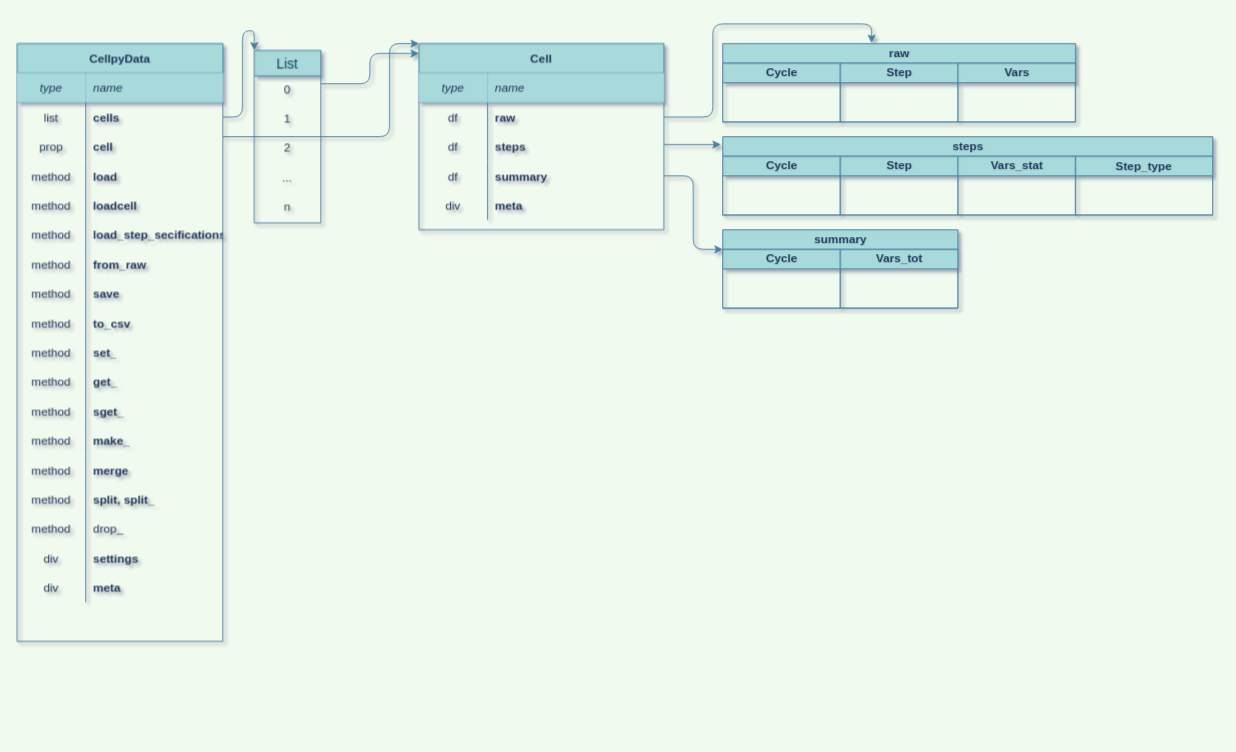
This is cellpy_utils/cellpy-cellpydata-structure.drawio from jepegit/cellpy_utilities, a draw.io file, before an edit. Source tidied: cells renumbered, new cells numbered last; positions are measured from the earlier drawing's top-left corner, leaving out a move shared by most shapes. Both pictures are drawn from the tidied source at 98%, with x=0, y=0 at pixel (17, 24).
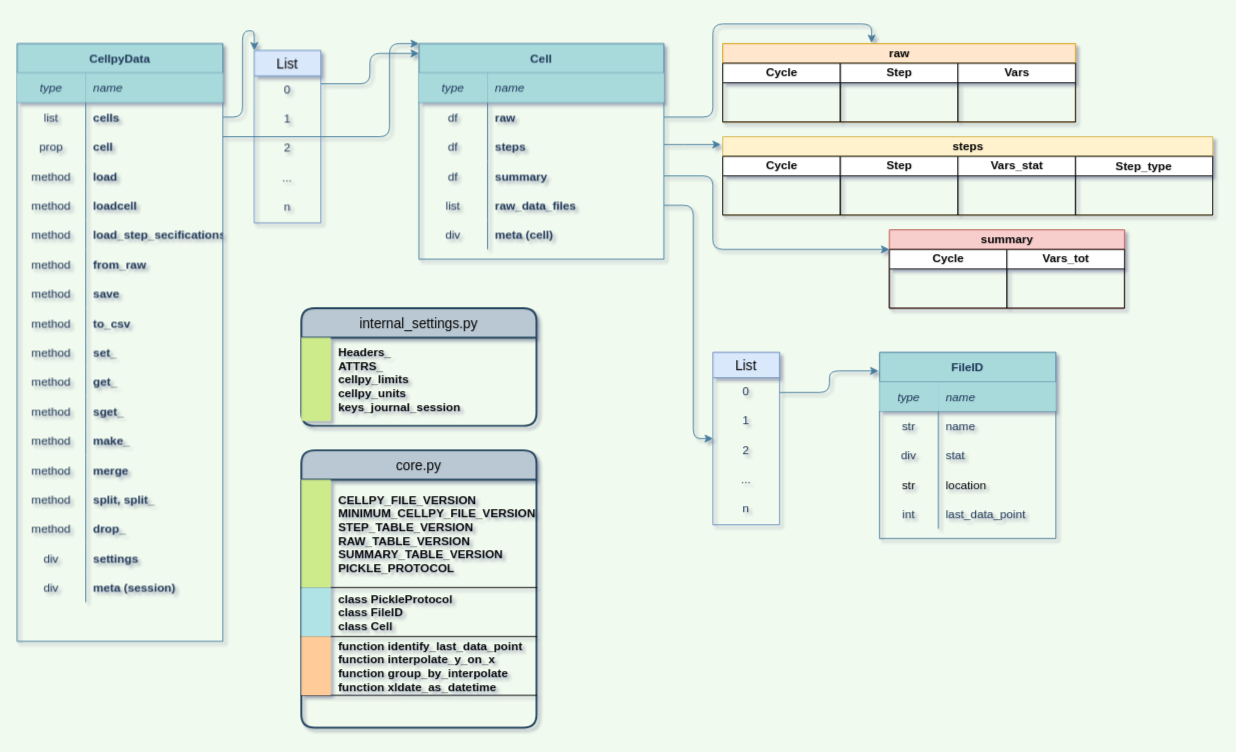
Above is the later version.

The change refers to these unchanged cells:
```xml
<mxCell id="48" style="shape=partialRectangle;fillColor=none;top=0;left=0;bottom=0;right=0;strokeColor=#457B9D;fontColor=#1D3557;" parent="2" vertex="1">
  <mxGeometry y="480" width="210" height="30" as="geometry" />
</mxCell>
<mxCell id="54" style="shape=partialRectangle;fillColor=none;top=0;left=0;bottom=0;right=0;align=center;strokeColor=#457B9D;fontColor=#1D3557;" parent="2" vertex="1">
  <mxGeometry y="540" width="210" height="30" as="geometry" />
</mxCell>
<mxCell id="62" style="shape=partialRectangle;fillColor=none;top=0;left=0;bottom=0;right=0;points=[[0,0.5],[1,0.5]];portConstraint=eastwest;strokeColor=#457B9D;fontColor=#1D3557;" parent="58" vertex="1">
  <mxGeometry y="60" width="250" height="30" as="geometry" />
</mxCell>
<mxCell id="65" style="shape=partialRectangle;fillColor=none;top=0;left=0;bottom=0;right=0;points=[[0,0.5],[1,0.5]];portConstraint=eastwest;strokeColor=#457B9D;fontColor=#1D3557;" parent="58" vertex="1">
  <mxGeometry y="90" width="250" height="30" as="geometry" />
</mxCell>
<mxCell id="68" style="shape=partialRectangle;fillColor=none;top=0;left=0;bottom=0;right=0;points=[[0,0.5],[1,0.5]];portConstraint=eastwest;strokeColor=#457B9D;fontColor=#1D3557;" parent="58" vertex="1">
  <mxGeometry y="120" width="250" height="30" as="geometry" />
</mxCell>
<mxCell id="71" style="shape=partialRectangle;fillColor=none;top=0;left=0;bottom=0;right=0;points=[[0,0.5],[1,0.5]];portConstraint=eastwest;fontSize=12;align=center;strokeColor=#457B9D;fontColor=#1D3557;" parent="58" vertex="1">
  <mxGeometry y="150" width="250" height="30" as="geometry" />
</mxCell>
```

The edit, as a diff of the source:
```diff
@@
-    <mxCell id="50" value="drop_" style="shape=partialRectangle;fillColor=none;top=0;left=0;bottom=0;right=0;align=left;spacingLeft=6;fontStyle=0;overflow=hidden;strokeColor=#457B9D;fontColor=#1D3557;" parent="48" vertex="1">
+    <mxCell id="50" value="drop_" style="shape=partialRectangle;fillColor=none;top=0;left=0;bottom=0;right=0;align=left;spacingLeft=6;fontStyle=1;overflow=hidden;strokeColor=#457B9D;fontColor=#1D3557;" parent="48" vertex="1">
       <mxGeometry x="70" width="140" height="30" as="geometry" />
     </mxCell>
@@
-    <mxCell id="56" value="meta" style="shape=partialRectangle;fillColor=none;top=0;left=0;bottom=0;right=0;align=left;spacingLeft=6;fontStyle=1;overflow=hidden;strokeColor=#457B9D;fontColor=#1D3557;" parent="54" vertex="1">
+    <mxCell id="56" value="meta (session)" style="shape=partialRectangle;fillColor=none;top=0;left=0;bottom=0;right=0;align=left;spacingLeft=6;fontStyle=1;overflow=hidden;strokeColor=#457B9D;fontColor=#1D3557;" parent="54" vertex="1">
       <mxGeometry x="70" width="140" height="30" as="geometry" />
     </mxCell>
     <mxCell id="57" style="group;fontColor=#1D3557;" parent="1" vertex="1">
-      <mxGeometry x="410" y="20" width="250" height="190" as="geometry" />
+      <mxGeometry x="410" y="20" width="250" height="340" as="geometry" />
     </mxCell>
     <mxCell id="58" value="Cell" style="shape=table;startSize=30;childLayout=tableLayout;rowLines=0;fontStyle=1;align=center;fillColor=#A8DADC;strokeColor=#457B9D;fontColor=#1D3557;" parent="57" vertex="1">
-      <mxGeometry width="250" height="190" as="geometry" />
+      <mxGeometry width="250" height="220" as="geometry" />
     </mxCell>
@@
-    <mxCell id="72" value="div" style="shape=partialRectangle;fillColor=none;top=0;left=0;bottom=0;right=0;fontStyle=0;overflow=hidden;strokeColor=#457B9D;fontColor=#1D3557;" parent="71" vertex="1">
+    <mxCell id="72" value="list" style="shape=partialRectangle;fillColor=none;top=0;left=0;bottom=0;right=0;fontStyle=0;overflow=hidden;strokeColor=#457B9D;fontColor=#1D3557;" parent="71" vertex="1">
       <mxGeometry width="70" height="30" as="geometry" />
     </mxCell>
-    <mxCell id="73" value="meta" style="shape=partialRectangle;fillColor=none;top=0;left=0;bottom=0;right=0;align=left;spacingLeft=6;fontStyle=1;overflow=hidden;strokeColor=#457B9D;fontColor=#1D3557;" parent="71" vertex="1">
+    <mxCell id="73" value="raw_data_files" style="shape=partialRectangle;fillColor=none;top=0;left=0;bottom=0;right=0;align=left;spacingLeft=6;fontStyle=1;overflow=hidden;strokeColor=#457B9D;fontColor=#1D3557;" parent="71" vertex="1">
       <mxGeometry x="70" width="180" height="30" as="geometry" />
     </mxCell>
+    <mxCell id="98" style="shape=partialRectangle;fillColor=none;top=0;left=0;bottom=0;right=0;strokeColor=#457B9D;fontColor=#1D3557;" parent="58" vertex="1">
+      <mxGeometry y="180" width="250" height="30" as="geometry" />
+    </mxCell>
+    <mxCell id="99" value="div" style="shape=partialRectangle;fillColor=none;top=0;left=0;bottom=0;right=0;fontStyle=0;overflow=hidden;strokeColor=#457B9D;fontColor=#1D3557;" parent="98" vertex="1">
+      <mxGeometry width="70" height="30" as="geometry" />
+    </mxCell>
+    <mxCell id="100" value="meta (cell)" style="shape=partialRectangle;fillColor=none;top=0;left=0;bottom=0;right=0;align=left;spacingLeft=6;fontStyle=1;overflow=hidden;strokeColor=#457B9D;fontColor=#1D3557;" parent="98" vertex="1">
+      <mxGeometry x="70" width="180" height="30" as="geometry" />
+    </mxCell>
-    <mxCell id="74" value="List" style="swimlane;fontStyle=0;horizontal=1;startSize=26;align=center;fontSize=14;strokeColor=#457B9D;fillColor=#A8DADC;fontColor=#1D3557;" parent="1" vertex="1">
+    <mxCell id="74" value="List" style="swimlane;fontStyle=0;horizontal=1;startSize=26;align=center;fontSize=14;strokeColor=#6c8ebf;fillColor=#dae8fc;" parent="1" vertex="1">
       <mxGeometry x="242" y="27" width="68" height="176" as="geometry" />
     </mxCell>
@@
-    <mxCell id="83" value="raw" style="swimlane;html=1;startSize=20;strokeColor=#457B9D;fillColor=#A8DADC;fontColor=#1D3557;" parent="1" vertex="1">
+    <mxCell id="83" value="raw" style="swimlane;html=1;startSize=20;strokeColor=#d79b00;fillColor=#ffe6cc;" parent="1" vertex="1">
       <mxGeometry x="720" y="20" width="360" height="80" as="geometry" />
     </mxCell>
-    <mxCell id="84" value="Cycle" style="swimlane;html=1;startSize=20;fillColor=#A8DADC;strokeColor=#457B9D;fontColor=#1D3557;" parent="83" vertex="1">
+    <mxCell id="84" value="Cycle" style="swimlane;html=1;startSize=20;" parent="83" vertex="1">
       <mxGeometry y="20" width="120" height="60" as="geometry" />
     </mxCell>
-    <mxCell id="85" value="Step" style="swimlane;html=1;startSize=20;fillColor=#A8DADC;strokeColor=#457B9D;fontColor=#1D3557;" parent="83" vertex="1">
+    <mxCell id="85" value="Step" style="swimlane;html=1;startSize=20;" parent="83" vertex="1">
       <mxGeometry x="120" y="20" width="120" height="60" as="geometry" />
     </mxCell>
-    <mxCell id="86" value="Vars" style="swimlane;html=1;startSize=20;fillColor=#A8DADC;strokeColor=#457B9D;fontColor=#1D3557;" parent="83" vertex="1">
+    <mxCell id="86" value="Vars" style="swimlane;html=1;startSize=20;" parent="83" vertex="1">
       <mxGeometry x="240" y="20" width="120" height="60" as="geometry" />
     </mxCell>
-    <mxCell id="87" value="steps" style="swimlane;html=1;startSize=20;strokeColor=#457B9D;fillColor=#A8DADC;fontColor=#1D3557;" parent="1" vertex="1">
+    <mxCell id="87" value="steps" style="swimlane;html=1;startSize=20;strokeColor=#d6b656;fillColor=#fff2cc;" parent="1" vertex="1">
       <mxGeometry x="720" y="115" width="500" height="80" as="geometry" />
     </mxCell>
-    <mxCell id="88" value="Cycle" style="swimlane;html=1;startSize=20;fillColor=#A8DADC;strokeColor=#457B9D;fontColor=#1D3557;" parent="87" vertex="1">
+    <mxCell id="88" value="Cycle" style="swimlane;html=1;startSize=20;" parent="87" vertex="1">
       <mxGeometry y="20" width="120" height="60" as="geometry" />
     </mxCell>
-    <mxCell id="89" value="Step" style="swimlane;html=1;startSize=20;fillColor=#A8DADC;strokeColor=#457B9D;fontColor=#1D3557;" parent="87" vertex="1">
+    <mxCell id="89" value="Step" style="swimlane;html=1;startSize=20;" parent="87" vertex="1">
       <mxGeometry x="120" y="20" width="120" height="60" as="geometry" />
     </mxCell>
-    <mxCell id="90" value="Vars_stat" style="swimlane;html=1;startSize=20;fillColor=#A8DADC;strokeColor=#457B9D;fontColor=#1D3557;" parent="87" vertex="1">
+    <mxCell id="90" value="Vars_stat" style="swimlane;html=1;startSize=20;" parent="87" vertex="1">
       <mxGeometry x="240" y="20" width="120" height="60" as="geometry" />
     </mxCell>
-    <mxCell id="91" value="Step_type" style="swimlane;fontStyle=1;horizontal=1;startSize=20;align=center;fontSize=12;fillColor=#A8DADC;strokeColor=#457B9D;fontColor=#1D3557;" parent="87" vertex="1">
+    <mxCell id="91" value="Step_type" style="swimlane;fontStyle=1;horizontal=1;startSize=20;align=center;fontSize=12;" parent="87" vertex="1">
       <mxGeometry x="360" y="20" width="140" height="60" as="geometry" />
     </mxCell>
-    <mxCell id="92" value="summary" style="swimlane;html=1;startSize=20;strokeColor=#457B9D;fillColor=#A8DADC;fontColor=#1D3557;" parent="1" vertex="1">
-      <mxGeometry x="720" y="210" width="240" height="80" as="geometry" />
+    <mxCell id="92" value="summary" style="swimlane;html=1;startSize=20;strokeColor=#b85450;fillColor=#f8cecc;" parent="1" vertex="1">
+      <mxGeometry x="890" y="210" width="240" height="80" as="geometry" />
     </mxCell>
-    <mxCell id="93" value="Cycle" style="swimlane;html=1;startSize=20;fillColor=#A8DADC;strokeColor=#457B9D;fontColor=#1D3557;" parent="92" vertex="1">
+    <mxCell id="93" value="Cycle" style="swimlane;html=1;startSize=20;" parent="92" vertex="1">
       <mxGeometry y="20" width="120" height="60" as="geometry" />
     </mxCell>
-    <mxCell id="94" value="Vars_tot" style="swimlane;html=1;startSize=20;fillColor=#A8DADC;strokeColor=#457B9D;fontColor=#1D3557;" parent="92" vertex="1">
+    <mxCell id="94" value="Vars_tot" style="swimlane;html=1;startSize=20;" parent="92" vertex="1">
       <mxGeometry x="120" y="20" width="120" height="60" as="geometry" />
     </mxCell>
-    <mxCell id="95" style="edgeStyle=orthogonalEdgeStyle;jettySize=auto;html=1;entryX=0.422;entryY=-0.008;entryDx=0;entryDy=0;entryPerimeter=0;strokeColor=#457B9D;fillColor=#A8DADC;fontColor=#1D3557;labelBackgroundColor=#F1FAEE;exitX=1;exitY=0.5;exitDx=0;exitDy=0;" parent="1" edge="1" source="62" target="83">
+    <mxCell id="95" style="edgeStyle=orthogonalEdgeStyle;jettySize=auto;html=1;entryX=0.422;entryY=-0.008;entryDx=0;entryDy=0;entryPerimeter=0;strokeColor=#457B9D;fillColor=#A8DADC;fontColor=#1D3557;exitX=1;exitY=0.5;exitDx=0;exitDy=0;labelBackgroundColor=#F1FAEE;" parent="1" edge="1" source="62" target="83">
       <mxGeometry relative="1" as="geometry">
         <Array as="points">
           <mxPoint x="710" y="95" />
           <mxPoint x="710" />
           <mxPoint x="872" />
         </Array>
       </mxGeometry>
     </mxCell>
-    <mxCell id="96" style="edgeStyle=orthogonalEdgeStyle;curved=0;rounded=1;jettySize=auto;html=1;entryX=-0.004;entryY=0.1;entryDx=0;entryDy=0;entryPerimeter=0;strokeColor=#457B9D;fillColor=#A8DADC;fontColor=#1D3557;" parent="1" edge="1" source="65" target="87">
+    <mxCell id="96" style="edgeStyle=orthogonalEdgeStyle;curved=0;rounded=1;jettySize=auto;html=1;entryX=-0.004;entryY=0.1;entryDx=0;entryDy=0;entryPerimeter=0;strokeColor=#457B9D;fillColor=#A8DADC;fontColor=#1D3557;labelBackgroundColor=#F1FAEE;" parent="1" edge="1" source="65" target="87">
       <mxGeometry relative="1" as="geometry">
         <Array as="points">
           <mxPoint x="670" y="123" />
           <mxPoint x="670" y="123" />
         </Array>
       </mxGeometry>
     </mxCell>
-    <mxCell id="97" style="edgeStyle=orthogonalEdgeStyle;curved=0;rounded=1;jettySize=auto;html=1;exitX=1;exitY=0.5;exitDx=0;exitDy=0;entryX=0;entryY=0.25;entryDx=0;entryDy=0;strokeColor=#457B9D;fillColor=#A8DADC;fontColor=#1D3557;" parent="1" edge="1" source="68" target="92">
-      <mxGeometry relative="1" as="geometry" />
+    <mxCell id="97" style="edgeStyle=orthogonalEdgeStyle;curved=0;rounded=1;jettySize=auto;html=1;exitX=1;exitY=0.5;exitDx=0;exitDy=0;entryX=0;entryY=0.25;entryDx=0;entryDy=0;strokeColor=#457B9D;fillColor=#A8DADC;fontColor=#1D3557;labelBackgroundColor=#F1FAEE;" parent="1" edge="1" source="68" target="92">
+      <mxGeometry relative="1" as="geometry">
+        <Array as="points">
+          <mxPoint x="710" y="155" />
+          <mxPoint x="710" y="230" />
+        </Array>
+      </mxGeometry>
     </mxCell>
+    <mxCell id="101" value="List" style="swimlane;fontStyle=0;horizontal=1;startSize=26;align=center;fontSize=14;strokeColor=#6c8ebf;fillColor=#dae8fc;" parent="1" vertex="1">
+      <mxGeometry x="710" y="335" width="68" height="176" as="geometry" />
+    </mxCell>
+    <mxCell id="102" value="0" style="text;strokeColor=none;fillColor=none;spacingLeft=4;spacingRight=4;overflow=hidden;points=[[0,0.5],[1,0.5]];portConstraint=eastwest;fontSize=12;align=center;fontColor=#1D3557;" parent="101" vertex="1">
+      <mxGeometry y="26" width="68" height="30" as="geometry" />
+    </mxCell>
+    <mxCell id="103" value="1" style="text;strokeColor=none;fillColor=none;spacingLeft=4;spacingRight=4;overflow=hidden;fontSize=12;align=center;fontColor=#1D3557;" parent="101" vertex="1">
+      <mxGeometry y="56" width="68" height="30" as="geometry" />
+    </mxCell>
+    <mxCell id="104" value="2" style="text;strokeColor=none;fillColor=none;spacingLeft=4;spacingRight=4;overflow=hidden;fontSize=12;align=center;fontColor=#1D3557;" parent="101" vertex="1">
+      <mxGeometry y="86" width="68" height="30" as="geometry" />
+    </mxCell>
+    <mxCell id="105" value="..." style="text;strokeColor=none;fillColor=none;spacingLeft=4;spacingRight=4;overflow=hidden;fontSize=12;align=center;fontColor=#1D3557;" parent="101" vertex="1">
+      <mxGeometry y="116" width="68" height="30" as="geometry" />
+    </mxCell>
+    <mxCell id="106" value="n" style="text;strokeColor=none;fillColor=none;spacingLeft=4;spacingRight=4;overflow=hidden;fontSize=12;align=center;fontColor=#1D3557;" parent="101" vertex="1">
+      <mxGeometry y="146" width="68" height="30" as="geometry" />
+    </mxCell>
+    <mxCell id="107" style="edgeStyle=orthogonalEdgeStyle;curved=0;rounded=1;jettySize=auto;html=1;exitX=1;exitY=0.5;exitDx=0;exitDy=0;strokeColor=#457B9D;fillColor=#A8DADC;fontColor=#1D3557;labelBackgroundColor=#F1FAEE;" parent="1" edge="1" source="71" target="101">
+      <mxGeometry relative="1" as="geometry">
+        <Array as="points">
+          <mxPoint x="690" y="185" />
+          <mxPoint x="690" y="423" />
+        </Array>
+      </mxGeometry>
+    </mxCell>
+    <mxCell id="108" value="FileID" style="shape=table;startSize=30;childLayout=tableLayout;rowLines=0;fontStyle=1;align=center;strokeColor=#457B9D;fillColor=#A8DADC;fontColor=#1D3557;" parent="1" vertex="1">
+      <mxGeometry x="880" y="335" width="180" height="190" as="geometry" />
+    </mxCell>
+    <mxCell id="109" style="shape=partialRectangle;fillColor=none;top=0;left=0;bottom=1;right=0;strokeColor=#457B9D;fontColor=#1D3557;" parent="108" vertex="1">
+      <mxGeometry y="30" width="180" height="30" as="geometry" />
+    </mxCell>
+    <mxCell id="110" value="type" style="shape=partialRectangle;top=0;left=0;bottom=0;right=0;fontStyle=2;overflow=hidden;fillColor=#A8DADC;strokeColor=#457B9D;fontColor=#1D3557;" parent="109" vertex="1">
+      <mxGeometry width="60" height="30" as="geometry" />
+    </mxCell>
+    <mxCell id="111" value="name" style="shape=partialRectangle;top=0;left=0;bottom=0;right=0;align=left;spacingLeft=6;fontStyle=2;overflow=hidden;fillColor=#A8DADC;strokeColor=#457B9D;fontColor=#1D3557;" parent="109" vertex="1">
+      <mxGeometry x="60" width="120" height="30" as="geometry" />
+    </mxCell>
+    <mxCell id="112" style="shape=partialRectangle;fillColor=none;top=0;left=0;bottom=0;right=0;strokeColor=#457B9D;fontColor=#1D3557;" parent="108" vertex="1">
+      <mxGeometry y="60" width="180" height="30" as="geometry" />
+    </mxCell>
+    <mxCell id="113" value="str" style="shape=partialRectangle;fillColor=none;top=0;left=0;bottom=0;right=0;overflow=hidden;strokeColor=#457B9D;fontColor=#1D3557;" parent="112" vertex="1">
+      <mxGeometry width="60" height="30" as="geometry" />
+    </mxCell>
+    <mxCell id="114" value="name" style="shape=partialRectangle;fillColor=none;top=0;left=0;bottom=0;right=0;align=left;spacingLeft=6;overflow=hidden;strokeColor=#457B9D;fontColor=#1D3557;" parent="112" vertex="1">
+      <mxGeometry x="60" width="120" height="30" as="geometry" />
+    </mxCell>
+    <mxCell id="115" style="shape=partialRectangle;fillColor=none;top=0;left=0;bottom=0;right=0;strokeColor=#457B9D;fontColor=#1D3557;" parent="108" vertex="1">
+      <mxGeometry y="90" width="180" height="30" as="geometry" />
+    </mxCell>
+    <mxCell id="116" value="div" style="shape=partialRectangle;fillColor=none;top=0;left=0;bottom=0;right=0;overflow=hidden;strokeColor=#457B9D;fontColor=#1D3557;" parent="115" vertex="1">
+      <mxGeometry width="60" height="30" as="geometry" />
+    </mxCell>
+    <mxCell id="117" value="stat" style="shape=partialRectangle;fillColor=none;top=0;left=0;bottom=0;right=0;align=left;spacingLeft=6;overflow=hidden;strokeColor=#457B9D;fontColor=#1D3557;" parent="115" vertex="1">
+      <mxGeometry x="60" width="120" height="30" as="geometry" />
+    </mxCell>
+    <mxCell id="118" style="shape=partialRectangle;fillColor=none;top=0;left=0;bottom=0;right=0;rounded=0;sketch=0;strokeColor=#457B9D;fontColor=#1D3557;" parent="108" vertex="1">
+      <mxGeometry y="120" width="180" height="30" as="geometry" />
+    </mxCell>
+    <mxCell id="119" value="str" style="shape=partialRectangle;fillColor=none;top=0;left=0;bottom=0;right=0;fontStyle=0;overflow=hidden;" parent="118" vertex="1">
+      <mxGeometry width="60" height="30" as="geometry" />
+    </mxCell>
+    <mxCell id="120" value="location" style="shape=partialRectangle;fillColor=none;top=0;left=0;bottom=0;right=0;align=left;spacingLeft=6;fontStyle=0;overflow=hidden;" parent="118" vertex="1">
+      <mxGeometry x="60" width="120" height="30" as="geometry" />
+    </mxCell>
+    <mxCell id="121" style="shape=partialRectangle;fillColor=none;top=0;left=0;bottom=0;right=0;strokeColor=#457B9D;fontColor=#1D3557;" parent="108" vertex="1">
+      <mxGeometry y="150" width="180" height="30" as="geometry" />
+    </mxCell>
+    <mxCell id="122" value="int" style="shape=partialRectangle;fillColor=none;top=0;left=0;bottom=0;right=0;overflow=hidden;strokeColor=#457B9D;fontColor=#1D3557;" parent="121" vertex="1">
+      <mxGeometry width="60" height="30" as="geometry" />
+    </mxCell>
+    <mxCell id="123" value="last_data_point" style="shape=partialRectangle;fillColor=none;top=0;left=0;bottom=0;right=0;align=left;spacingLeft=6;overflow=hidden;strokeColor=#457B9D;fontColor=#1D3557;" parent="121" vertex="1">
+      <mxGeometry x="60" width="120" height="30" as="geometry" />
+    </mxCell>
+    <mxCell id="124" style="edgeStyle=orthogonalEdgeStyle;curved=0;rounded=1;sketch=0;jettySize=auto;html=1;exitX=1;exitY=0.5;exitDx=0;exitDy=0;entryX=-0.006;entryY=0.1;entryDx=0;entryDy=0;entryPerimeter=0;strokeColor=#457B9D;fillColor=#A8DADC;fontColor=#1D3557;" parent="1" edge="1" source="102" target="108">
+      <mxGeometry relative="1" as="geometry" />
+    </mxCell>
+    <mxCell id="125" value="internal_settings.py" style="swimlane;horizontal=1;startSize=30;rounded=1;fontSize=14;fontStyle=0;strokeWidth=2;shadow=0;dashed=0;align=center;sketch=0;fillColor=#bac8d3;strokeColor=#23445d;" parent="1" vertex="1">
+      <mxGeometry x="290" y="290" width="240" height="120" as="geometry" />
+    </mxCell>
+    <mxCell id="126" style="shape=table;startSize=0;childLayout=tableLayout;rowLines=0;fontStyle=0;align=center;strokeColor=none;fillColor=none;rounded=0;sketch=0;fontColor=#1D3557;" parent="125" vertex="1">
+      <mxGeometry y="30" width="240" height="90" as="geometry" />
+    </mxCell>
+    <mxCell id="127" style="shape=partialRectangle;fillColor=none;top=0;left=0;bottom=0;right=0;" parent="126" vertex="1">
+      <mxGeometry width="240" height="85" as="geometry" />
+    </mxCell>
+    <mxCell id="128" style="shape=partialRectangle;fillColor=#cdeb8b;top=0;left=0;bottom=0;right=0;fontStyle=0;overflow=hidden;strokeColor=#36393d;" parent="127" vertex="1">
+      <mxGeometry width="30" height="85" as="geometry" />
+    </mxCell>
+    <mxCell id="129" value="Headers_&#10;ATTRS_&#10;cellpy_limits&#10;cellpy_units&#10;keys_journal_session" style="shape=partialRectangle;fillColor=none;top=0;left=0;bottom=0;right=0;align=left;spacingLeft=6;fontStyle=1;overflow=hidden;" parent="127" vertex="1">
+      <mxGeometry x="30" width="210" height="85" as="geometry" />
+    </mxCell>
+    <mxCell id="130" value="core.py" style="swimlane;horizontal=1;startSize=30;rounded=1;fontSize=14;fontStyle=0;strokeWidth=2;shadow=0;dashed=0;align=center;sketch=0;fillColor=#bac8d3;strokeColor=#23445d;" parent="1" vertex="1">
+      <mxGeometry x="290" y="435" width="240" height="283" as="geometry" />
+    </mxCell>
+    <mxCell id="131" style="shape=table;startSize=0;childLayout=tableLayout;rowLines=0;fontStyle=0;align=center;strokeColor=none;fillColor=none;rounded=0;sketch=0;fontColor=#1D3557;" parent="130" vertex="1">
+      <mxGeometry y="30" width="240" height="253" as="geometry" />
+    </mxCell>
+    <mxCell id="132" style="shape=partialRectangle;fillColor=none;top=0;left=0;bottom=1;right=0;" parent="131" vertex="1">
+      <mxGeometry width="240" height="110" as="geometry" />
+    </mxCell>
+    <mxCell id="133" style="shape=partialRectangle;fillColor=#cdeb8b;top=0;left=0;bottom=0;right=0;fontStyle=1;overflow=hidden;strokeColor=#36393d;" parent="132" vertex="1">
+      <mxGeometry width="30" height="110" as="geometry" />
+    </mxCell>
+    <mxCell id="134" value="CELLPY_FILE_VERSION&#10;MINIMUM_CELLPY_FILE_VERSION&#10;STEP_TABLE_VERSION&#10;RAW_TABLE_VERSION&#10;SUMMARY_TABLE_VERSION&#10;PICKLE_PROTOCOL" style="shape=partialRectangle;fillColor=none;top=0;left=0;bottom=0;right=0;align=left;spacingLeft=6;fontStyle=1;overflow=hidden;" parent="132" vertex="1">
+      <mxGeometry x="30" width="210" height="110" as="geometry" />
+    </mxCell>
+    <mxCell id="135" style="shape=partialRectangle;fillColor=none;top=0;left=0;bottom=1;right=0;" parent="131" vertex="1">
+      <mxGeometry y="110" width="240" height="50" as="geometry" />
+    </mxCell>
+    <mxCell id="136" style="shape=partialRectangle;fillColor=#b0e3e6;top=0;left=0;bottom=0;right=0;fontStyle=1;overflow=hidden;strokeColor=#0e8088;" parent="135" vertex="1">
+      <mxGeometry width="30" height="50" as="geometry" />
+    </mxCell>
+    <mxCell id="137" value="class PickleProtocol&#10;class FileID&#10;class Cell" style="shape=partialRectangle;fillColor=none;top=0;left=0;bottom=0;right=0;align=left;spacingLeft=6;fontStyle=1;overflow=hidden;" parent="135" vertex="1">
+      <mxGeometry x="30" width="210" height="50" as="geometry" />
+    </mxCell>
+    <mxCell id="138" style="shape=partialRectangle;fillColor=none;top=0;left=0;bottom=1;right=0;" parent="131" vertex="1">
+      <mxGeometry y="160" width="240" height="60" as="geometry" />
+    </mxCell>
+    <mxCell id="139" style="shape=partialRectangle;fillColor=#ffcc99;top=0;left=0;bottom=0;right=0;fontStyle=1;overflow=hidden;strokeColor=#36393d;" parent="138" vertex="1">
+      <mxGeometry width="30" height="60" as="geometry" />
+    </mxCell>
+    <mxCell id="140" value="function identify_last_data_point&#10;function interpolate_y_on_x&#10;function group_by_interpolate&#10;function xldate_as_datetime" style="shape=partialRectangle;fillColor=none;top=0;left=0;bottom=0;right=0;align=left;spacingLeft=6;fontStyle=1;overflow=hidden;" parent="138" vertex="1">
+      <mxGeometry x="30" width="210" height="60" as="geometry" />
+    </mxCell>
```
